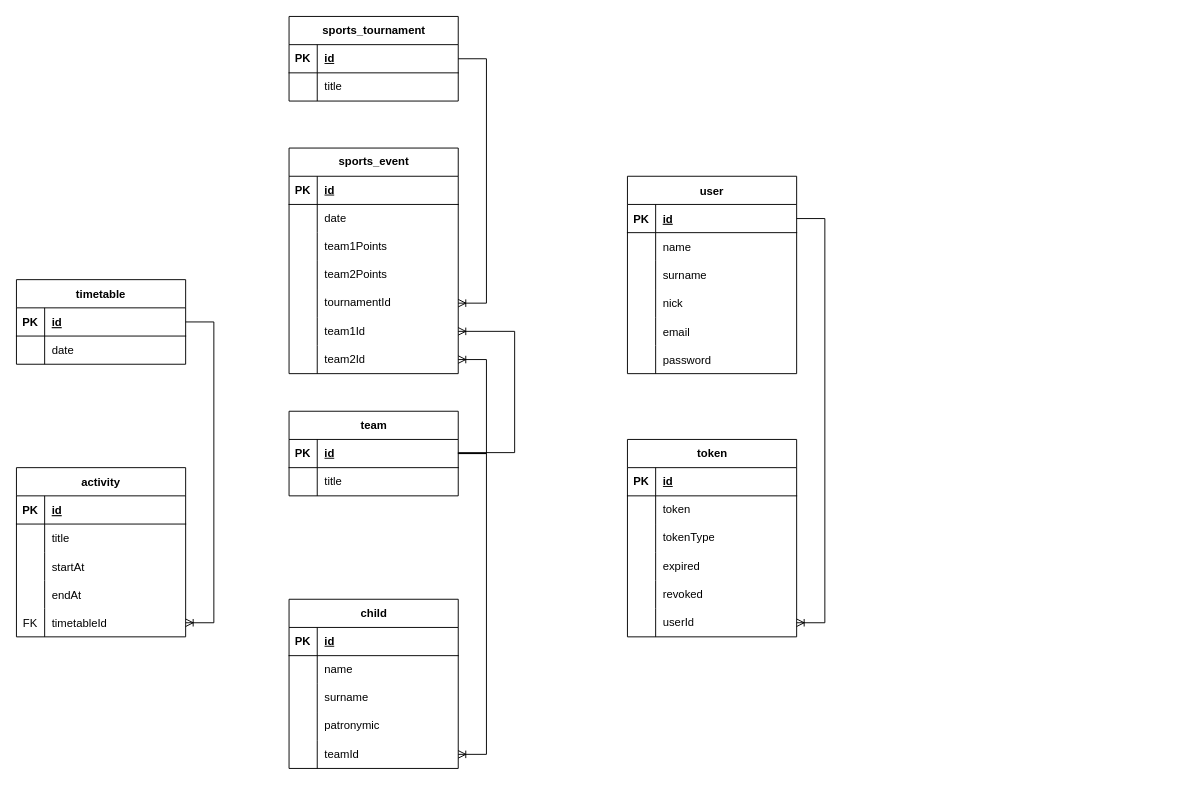
PavKiki/Tracking-the-activity-of-children-in-field-camps keeps this draw.io diagram as backend/DB_diagrams/diagram.drawio. Above is the earlier version. Source tidied: cells renumbered, new cells numbered last; positions are measured from the earlier drawing's top-left corner, leaving out a move shared by most shapes. Both pictures are drawn from the tidied source at 94%, with x=0, y=0 at pixel (16, 16).
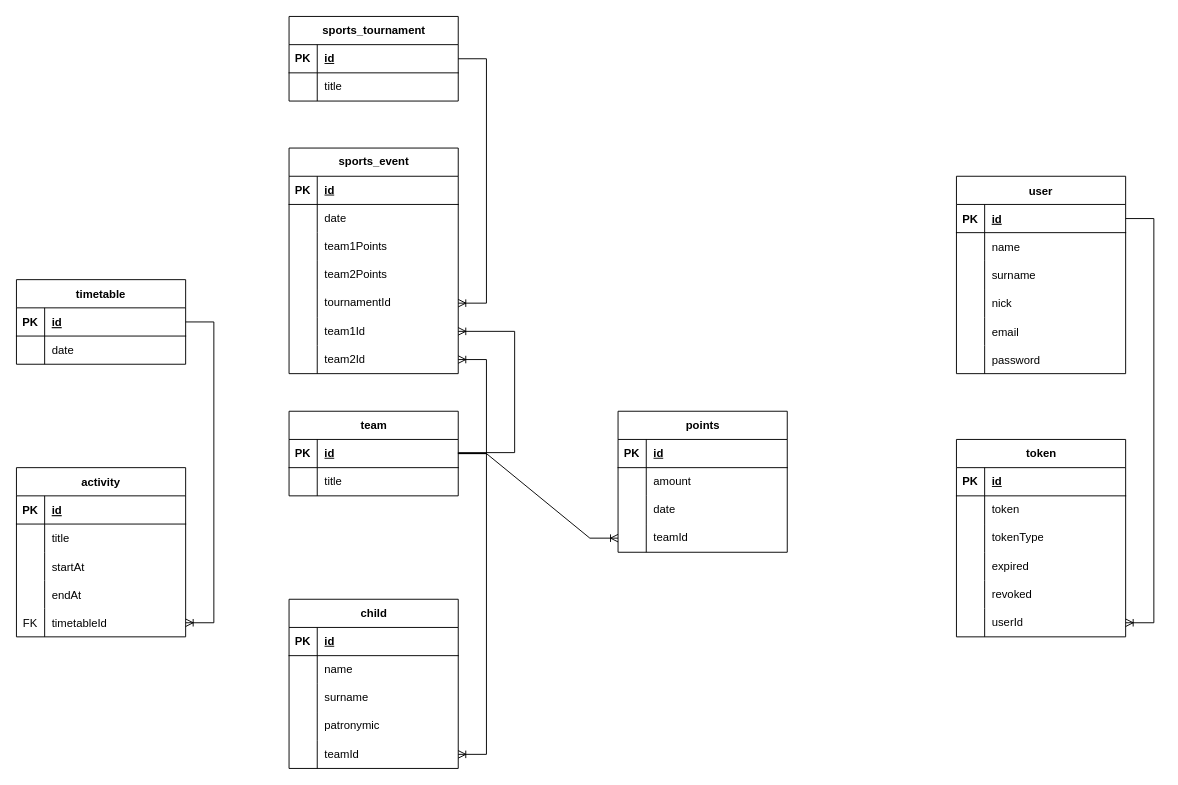
Above is the later version.

The change refers to these unchanged cells:
```xml
<mxCell id="27" style="shape=tableRow;horizontal=0;startSize=0;swimlaneHead=0;swimlaneBody=0;fillColor=none;points=[[0,0.5],[1,0.5]];portConstraint=eastwest;top=0;left=0;right=0;bottom=1;" parent="26" vertex="1">
  <mxGeometry y="30" width="180" height="30" as="geometry" />
</mxCell>
```

What changed in the source:
```diff
@@
     <mxCell id="50" value="user" style="shape=table;startSize=30;childLayout=tableLayout;rowLines=0;fontStyle=1;align=center;" parent="1" vertex="1">
-      <mxGeometry x="650" y="170" width="180" height="210" as="geometry" />
+      <mxGeometry x="1000" y="170" width="180" height="210" as="geometry" />
     </mxCell>
@@
     <mxCell id="69" value="token" style="shape=table;startSize=30;childLayout=tableLayout;rowLines=0;fontStyle=1;align=center;html=1;" parent="1" vertex="1">
-      <mxGeometry x="650" y="450" width="180" height="210" as="geometry" />
+      <mxGeometry x="1000" y="450" width="180" height="210" as="geometry" />
     </mxCell>
@@
+    <mxCell id="121" value="points" style="shape=table;startSize=30;childLayout=tableLayout;rowLines=0;fontStyle=1;align=center;html=1;" parent="1" vertex="1">
+      <mxGeometry x="640" y="420" width="180" height="150" as="geometry" />
+    </mxCell>
+    <mxCell id="122" style="shape=tableRow;horizontal=0;startSize=0;swimlaneHead=0;swimlaneBody=0;fillColor=none;top=0;left=0;right=0;bottom=1;" parent="121" vertex="1">
+      <mxGeometry y="30" width="180" height="30" as="geometry" />
+    </mxCell>
+    <mxCell id="123" value="PK" style="shape=partialRectangle;fillColor=none;top=0;left=0;bottom=0;right=0;fontStyle=1;overflow=hidden;whiteSpace=wrap;html=1;" parent="122" vertex="1">
+      <mxGeometry width="30" height="30" as="geometry" />
+    </mxCell>
+    <mxCell id="124" value="id" style="shape=partialRectangle;fillColor=none;top=0;left=0;bottom=0;right=0;align=left;spacingLeft=6;fontStyle=5;overflow=hidden;whiteSpace=wrap;html=1;" parent="122" vertex="1">
+      <mxGeometry x="30" width="150" height="30" as="geometry" />
+    </mxCell>
+    <mxCell id="125" style="shape=tableRow;horizontal=0;startSize=0;swimlaneHead=0;swimlaneBody=0;fillColor=none;top=0;left=0;right=0;bottom=0;" parent="121" vertex="1">
+      <mxGeometry y="60" width="180" height="30" as="geometry" />
+    </mxCell>
+    <mxCell id="126" style="shape=partialRectangle;fillColor=none;top=0;left=0;bottom=0;right=0;overflow=hidden;whiteSpace=wrap;html=1;" parent="125" vertex="1">
+      <mxGeometry width="30" height="30" as="geometry" />
+    </mxCell>
+    <mxCell id="127" value="amount" style="shape=partialRectangle;fillColor=none;top=0;left=0;bottom=0;right=0;align=left;spacingLeft=6;overflow=hidden;whiteSpace=wrap;html=1;" parent="125" vertex="1">
+      <mxGeometry x="30" width="150" height="30" as="geometry" />
+    </mxCell>
+    <mxCell id="128" style="shape=tableRow;horizontal=0;startSize=0;swimlaneHead=0;swimlaneBody=0;fillColor=none;top=0;left=0;right=0;bottom=0;" parent="121" vertex="1">
+      <mxGeometry y="90" width="180" height="30" as="geometry" />
+    </mxCell>
+    <mxCell id="129" style="shape=partialRectangle;fillColor=none;top=0;left=0;bottom=0;right=0;overflow=hidden;whiteSpace=wrap;html=1;" parent="128" vertex="1">
+      <mxGeometry width="30" height="30" as="geometry" />
+    </mxCell>
+    <mxCell id="130" value="date" style="shape=partialRectangle;fillColor=none;top=0;left=0;bottom=0;right=0;align=left;spacingLeft=6;overflow=hidden;whiteSpace=wrap;html=1;" parent="128" vertex="1">
+      <mxGeometry x="30" width="150" height="30" as="geometry" />
+    </mxCell>
+    <mxCell id="131" style="shape=tableRow;horizontal=0;startSize=0;swimlaneHead=0;swimlaneBody=0;fillColor=none;points=[[0,0.5],[1,0.5]];portConstraint=eastwest;top=0;left=0;right=0;bottom=0;" parent="121" vertex="1">
+      <mxGeometry y="120" width="180" height="30" as="geometry" />
+    </mxCell>
+    <mxCell id="132" style="shape=partialRectangle;fillColor=none;top=0;left=0;bottom=0;right=0;overflow=hidden;whiteSpace=wrap;html=1;" parent="131" vertex="1">
+      <mxGeometry width="30" height="30" as="geometry" />
+    </mxCell>
+    <mxCell id="133" value="teamId" style="shape=partialRectangle;fillColor=none;top=0;left=0;bottom=0;right=0;align=left;spacingLeft=6;overflow=hidden;whiteSpace=wrap;html=1;" parent="131" vertex="1">
+      <mxGeometry x="30" width="150" height="30" as="geometry" />
+    </mxCell>
+    <mxCell id="134" style="edgeStyle=entityRelationEdgeStyle;fontSize=12;html=1;endArrow=ERoneToMany;rounded=0;entryX=0;entryY=0.5;entryDx=0;entryDy=0;exitX=1;exitY=0.5;exitDx=0;exitDy=0;" parent="1" edge="1" source="27" target="131">
+      <mxGeometry relative="1" as="geometry" />
+    </mxCell>
```
